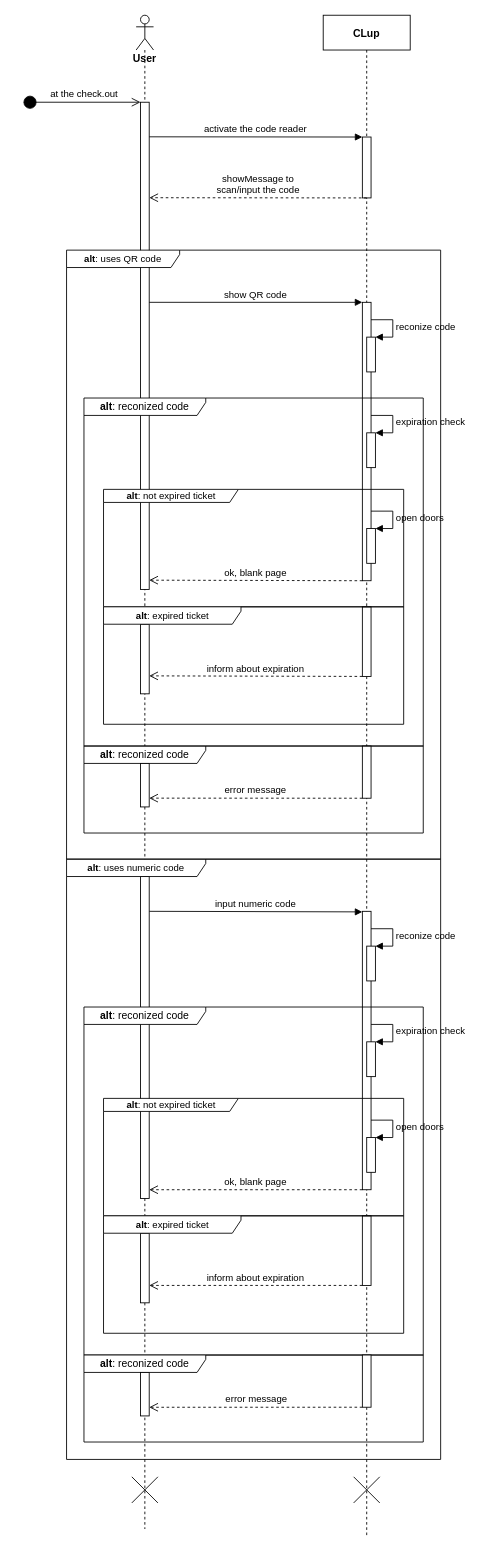
Above: RASD/assets/sequence_diagrams/UC14 diagram (user enters).drawio in CosimoSguanci/SguanciSpataforaVergani-RASD-DD-ingsw2 (draw.io), before the change. Source tidied: cells renumbered, new cells numbered last; positions are measured from the earlier drawing's top-left corner, leaving out a move shared by most shapes. Both pictures are drawn from the tidied source at 87%, with x=0, y=0 at pixel (23, 15).
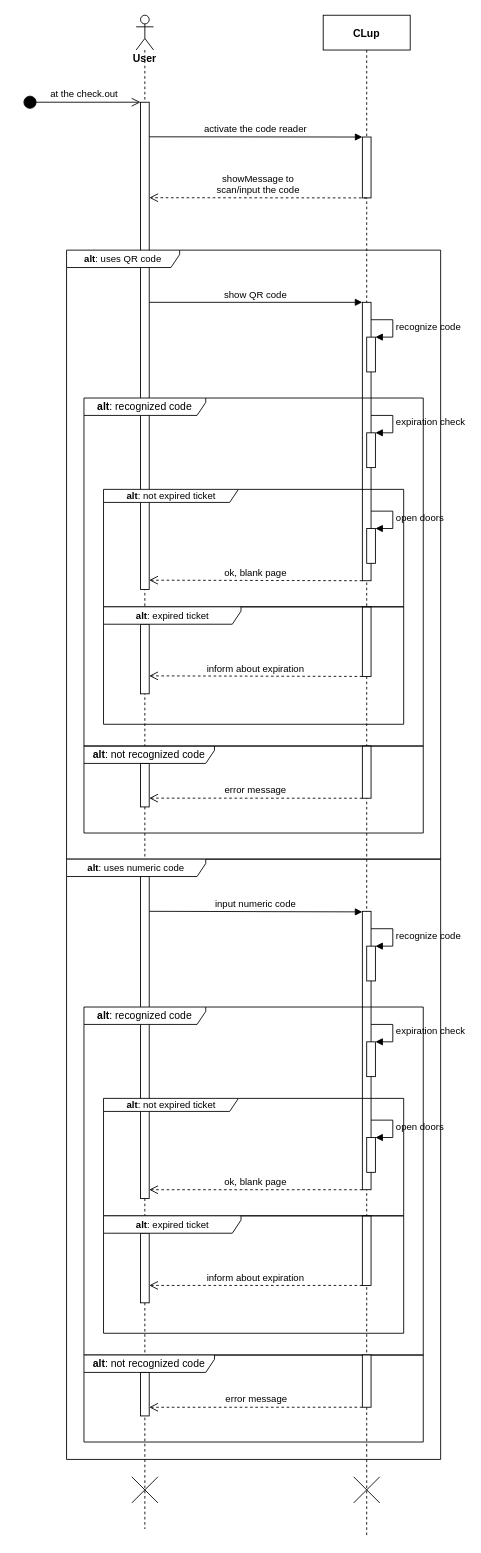
The same diagram, later.

The change refers to these unchanged cells:
```xml
<mxCell id="3" value="CLup" style="shape=umlLifeline;perimeter=lifelinePerimeter;rounded=0;shadow=0;strokeWidth=1;fontStyle=1;" parent="1" vertex="1">
  <mxGeometry x="345" width="100" height="1750" as="geometry" />
</mxCell>
<mxCell id="6" style="html=1;points=[];perimeter=orthogonalPerimeter;" parent="3" vertex="1">
  <mxGeometry x="50" y="370" width="10" height="40" as="geometry" />
</mxCell>
<mxCell id="16" style="group;" parent="1" vertex="1">
  <mxGeometry x="70" y="840" width="390" height="100" as="geometry" />
</mxCell>
<mxCell id="27" style="html=1;points=[];perimeter=orthogonalPerimeter;" parent="1" vertex="1">
  <mxGeometry x="395" y="1070" width="10" height="40" as="geometry" />
</mxCell>
<mxCell id="47" style="group;" parent="1" vertex="1">
  <mxGeometry x="70" y="1540" width="390" height="100" as="geometry" />
</mxCell>
```

The edit, as a diff of the source:
```diff
@@
-    <mxCell id="7" value="reconize code" style="edgeStyle=orthogonalEdgeStyle;html=1;align=left;spacingLeft=2;endArrow=block;rounded=0;entryX=1;entryY=0;" parent="3" edge="1" target="6">
+    <mxCell id="7" value="recognize code" style="edgeStyle=orthogonalEdgeStyle;html=1;align=left;spacingLeft=2;endArrow=block;rounded=0;entryX=1;entryY=0;" parent="3" edge="1" target="6">
       <mxGeometry relative="1" as="geometry">
         <mxPoint x="55" y="350" as="sourcePoint" />
         <Array as="points">
           <mxPoint x="80" y="350" />
         </Array>
       </mxGeometry>
     </mxCell>
@@
-    <mxCell id="17" value="&lt;b&gt;alt&lt;/b&gt;: reconized code" style="shape=umlFrame;whiteSpace=wrap;html=1;width=140;height=20;" parent="16" vertex="1">
+    <mxCell id="17" value="&lt;b&gt;alt&lt;/b&gt;: not recognized code" style="shape=umlFrame;whiteSpace=wrap;html=1;width=150;height=20;" parent="16" vertex="1">
       <mxGeometry width="390" height="100" as="geometry" />
     </mxCell>
@@
-    <mxCell id="28" value="reconize code" style="edgeStyle=orthogonalEdgeStyle;html=1;align=left;spacingLeft=2;endArrow=block;rounded=0;entryX=1;entryY=0;" parent="1" edge="1" target="27">
+    <mxCell id="28" value="recognize code" style="edgeStyle=orthogonalEdgeStyle;html=1;align=left;spacingLeft=2;endArrow=block;rounded=0;entryX=1;entryY=0;" parent="1" edge="1" target="27">
       <mxGeometry relative="1" as="geometry">
         <mxPoint x="400" y="1050" as="sourcePoint" />
         <Array as="points">
           <mxPoint x="425" y="1050" />
         </Array>
       </mxGeometry>
     </mxCell>
@@
-    <mxCell id="43" value="&lt;b&gt;alt&lt;/b&gt;: reconized code" style="shape=umlFrame;whiteSpace=wrap;html=1;width=140;height=20;" parent="1" vertex="1">
-      <mxGeometry x="70" y="440" width="390" height="400" as="geometry" />
-    </mxCell>
@@
-    <mxCell id="46" value="&lt;b&gt;alt&lt;/b&gt;: reconized code" style="shape=umlFrame;whiteSpace=wrap;html=1;width=140;height=20;" parent="1" vertex="1">
+    <mxCell id="46" value="&lt;b&gt;alt&lt;/b&gt;: recognized code" style="shape=umlFrame;whiteSpace=wrap;html=1;width=140;height=20;" parent="1" vertex="1">
       <mxGeometry x="70" y="1140" width="390" height="400" as="geometry" />
     </mxCell>
@@
-    <mxCell id="48" value="&lt;b&gt;alt&lt;/b&gt;: reconized code" style="shape=umlFrame;whiteSpace=wrap;html=1;width=140;height=20;" parent="47" vertex="1">
+    <mxCell id="48" value="&lt;b&gt;alt&lt;/b&gt;: not recognized code" style="shape=umlFrame;whiteSpace=wrap;html=1;width=150;height=20;" parent="47" vertex="1">
       <mxGeometry width="390" height="100" as="geometry" />
     </mxCell>
@@
+    <mxCell id="43" value="&lt;b&gt;alt&lt;/b&gt;: recognized code" style="shape=umlFrame;whiteSpace=wrap;html=1;width=140;height=20;" parent="1" vertex="1">
+      <mxGeometry x="70" y="440" width="390" height="400" as="geometry" />
+    </mxCell>
+    <mxCell id="53" value="&lt;font style=&quot;font-size: 11px&quot;&gt;&lt;b&gt;alt&lt;/b&gt;: uses QR code&lt;/font&gt;" style="shape=umlFrame;whiteSpace=wrap;html=1;width=130;height=20;" parent="1" vertex="1">
+      <mxGeometry x="50" y="270" width="430" height="700" as="geometry" />
+    </mxCell>
@@
-    <mxCell id="53" value="&lt;font style=&quot;font-size: 11px&quot;&gt;&lt;b&gt;alt&lt;/b&gt;: uses QR code&lt;/font&gt;" style="shape=umlFrame;whiteSpace=wrap;html=1;width=130;height=20;" parent="1" vertex="1">
-      <mxGeometry x="50" y="270" width="430" height="700" as="geometry" />
-    </mxCell>
```
